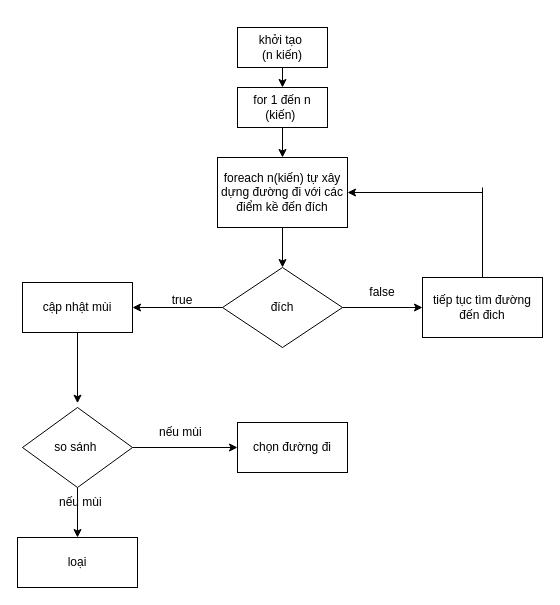
Above: Untitled Diagram.drawio in dgwedo/mindx- (draw.io), before the change. Source tidied: cells renumbered, new cells numbered last; positions are measured from the earlier drawing's top-left corner, leaving out a move shared by most shapes. Both pictures are drawn from the tidied source at 100%, with x=0, y=0 at pixel (17, 27).
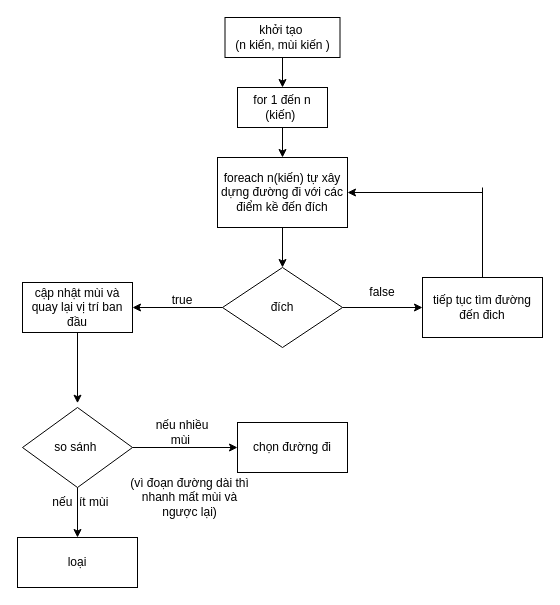
Above is the later version.

Change to the diagram source:
```diff
@@
-    <mxCell id="2" value="khởi tạo&amp;nbsp;&lt;br&gt;(n kiến)" style="rounded=0;whiteSpace=wrap;html=1;" parent="1" vertex="1">
-      <mxGeometry x="220" width="90" height="40" as="geometry" />
+    <mxCell id="2" value="khởi tạo&amp;nbsp;&lt;br&gt;(n kiến, mùi kiến )" style="rounded=0;whiteSpace=wrap;html=1;" parent="1" vertex="1">
+      <mxGeometry x="207.5" y="-10" width="115" height="40" as="geometry" />
     </mxCell>
@@
-    <mxCell id="9" value="cập nhật mùi" style="rounded=0;whiteSpace=wrap;html=1;" parent="1" vertex="1">
+    <mxCell id="9" value="cập nhật mùi và quay lại vị trí ban đầu" style="rounded=0;whiteSpace=wrap;html=1;" parent="1" vertex="1">
       <mxGeometry x="5" y="255" width="110" height="50" as="geometry" />
     </mxCell>
@@
-    <mxCell id="23" value="nếu mùi&amp;nbsp;" style="text;html=1;strokeColor=none;fillColor=none;align=center;verticalAlign=middle;whiteSpace=wrap;rounded=0;" parent="1" vertex="1">
+    <mxCell id="23" value="nếu nhiều mùi&amp;nbsp;" style="text;html=1;strokeColor=none;fillColor=none;align=center;verticalAlign=middle;whiteSpace=wrap;rounded=0;" parent="1" vertex="1">
       <mxGeometry x="125" y="390" width="80" height="30" as="geometry" />
     </mxCell>
-    <mxCell id="24" value="nếu mùi&amp;nbsp;" style="text;html=1;strokeColor=none;fillColor=none;align=center;verticalAlign=middle;whiteSpace=wrap;rounded=0;" parent="1" vertex="1">
+    <mxCell id="24" value="nếu&amp;nbsp; ít mùi&amp;nbsp;" style="text;html=1;strokeColor=none;fillColor=none;align=center;verticalAlign=middle;whiteSpace=wrap;rounded=0;" parent="1" vertex="1">
       <mxGeometry x="25" y="460" width="80" height="30" as="geometry" />
     </mxCell>
+    <mxCell id="25" value="(vì đoạn đường dài thì nhanh mất mùi và ngược lại)" style="text;html=1;strokeColor=none;fillColor=none;align=center;verticalAlign=middle;whiteSpace=wrap;rounded=0;" parent="1" vertex="1">
+      <mxGeometry x="105" y="450" width="135" height="40" as="geometry" />
+    </mxCell>
```
